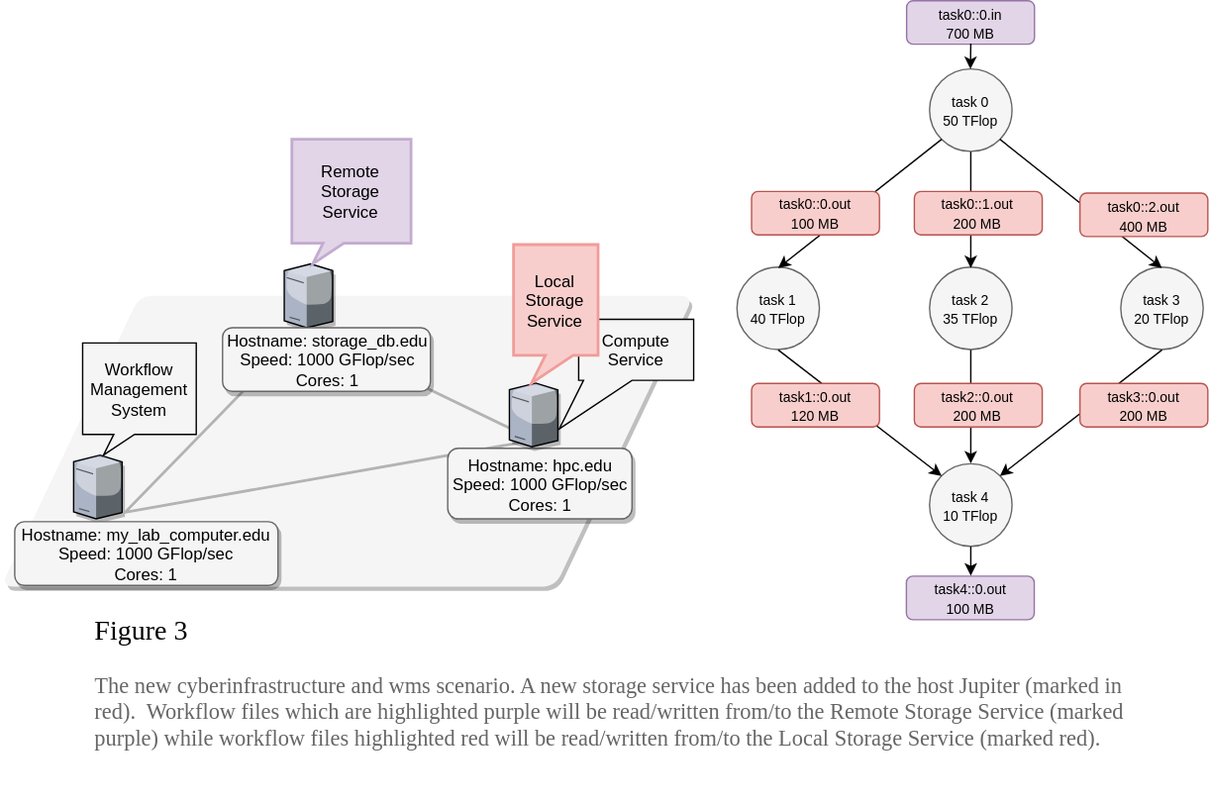
Earlier version of the draw.io export docs/public/img/workflow_execution_data_locality/scenario_2.svg (wrench-project/wrench-pedagogic-modules). Source tidied: cells renumbered, new cells last; positions are measured from the earlier drawing's top-left corner, leaving out a move shared by most shapes.
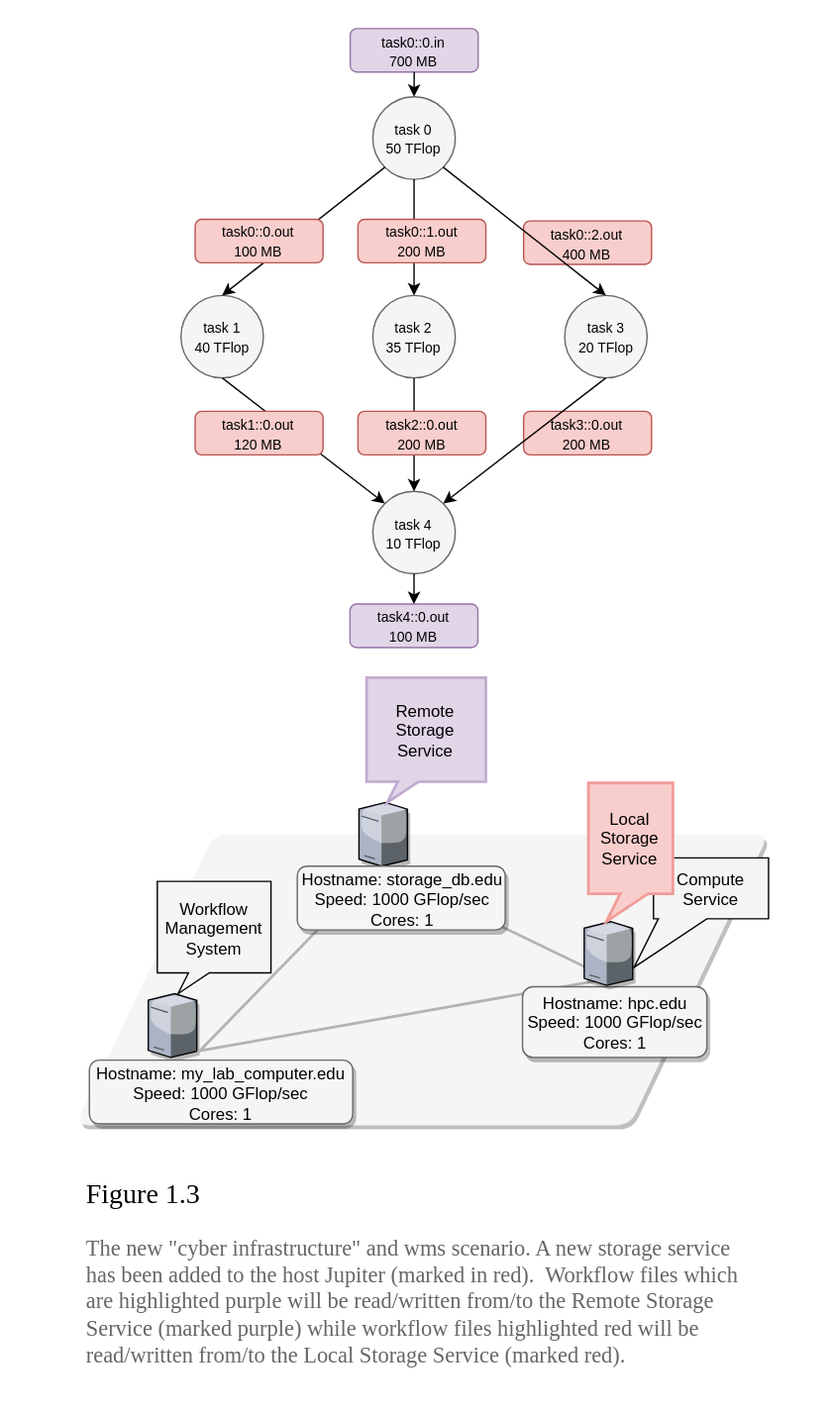
After the commit.

Commit message:
improved svg for data locality by making it vertically stacked

Diff of the diagram source:
```diff
@@ -2,12 +2,15 @@
   <root>
     <mxCell id="0" />
     <mxCell id="1" parent="0" />
+    <mxCell id="41" style="rounded=0;whiteSpace=wrap;html=1;strokeColor=none;fillColor=none;" parent="1" vertex="1">
+      <mxGeometry x="174" y="-70" width="600" height="1000" as="geometry" />
+    </mxCell>
+    <mxCell id="42" style="group;" parent="1" vertex="1">
+      <mxGeometry x="304" y="-50" width="339.5" height="446.8" as="geometry" />
+    </mxCell>
-    <mxCell id="2" style="group;" parent="1" vertex="1">
-      <mxGeometry x="531.5" y="49.3" width="339.5" height="397.5" as="geometry" />
+    <mxCell id="2" style="group;" parent="42" vertex="1">
+      <mxGeometry y="49.3" width="339.5" height="397.5" as="geometry" />
     </mxCell>
-    <mxCell id="3" value="&lt;font style=&quot;font-size: 10px&quot;&gt;task 3&lt;br&gt;20 TFlop&lt;/font&gt;&lt;br&gt;" style="ellipse;whiteSpace=wrap;html=1;fillColor=#f5f5f5;strokeColor=#666666;" parent="2" vertex="1">
-      <mxGeometry x="276.9" y="143.3" width="59.5" height="59.5" as="geometry" />
-    </mxCell>
     <mxCell id="4" style="group;" parent="2" vertex="1">
       <mxGeometry width="220" height="397.5" as="geometry" />
     </mxCell>
@@ -56,68 +59,68 @@
     <mxCell id="19" style="endArrow=classic;html=1;exitX=0.5;exitY=1;entryX=0.5;entryY=0;" parent="5" edge="1" source="8" target="18">
       <mxGeometry relative="1" as="geometry" />
     </mxCell>
+    <mxCell id="43" style="group;" parent="2" vertex="1">
+      <mxGeometry x="247.2" y="89.5" width="92.3" height="168.9" as="geometry" />
+    </mxCell>
+    <mxCell id="3" value="&lt;font style=&quot;font-size: 10px&quot;&gt;task 3&lt;br&gt;20 TFlop&lt;/font&gt;&lt;br&gt;" style="ellipse;whiteSpace=wrap;html=1;fillColor=#f5f5f5;strokeColor=#666666;" parent="43" vertex="1">
+      <mxGeometry x="29.6" y="53.8" width="59.5" height="59.5" as="geometry" />
+    </mxCell>
+    <mxCell id="22" value="&lt;font style=&quot;font-size: 10px&quot;&gt;task0::2.out&lt;br&gt;400 MB&lt;/font&gt;&lt;br&gt;" style="rounded=1;whiteSpace=wrap;html=1;fillColor=#f8cecc;strokeColor=#b85450;" parent="43" vertex="1">
+      <mxGeometry width="92.3" height="31.4" as="geometry" />
+    </mxCell>
+    <mxCell id="23" value="&lt;font style=&quot;font-size: 10px&quot;&gt;task3::0.out&lt;br&gt;200 MB&lt;/font&gt;&lt;br&gt;" style="rounded=1;whiteSpace=wrap;html=1;fillColor=#f8cecc;strokeColor=#b85450;" parent="43" vertex="1">
+      <mxGeometry y="137.4" width="92.3" height="31.4" as="geometry" />
+    </mxCell>
     <mxCell id="20" style="endArrow=classic;html=1;exitX=1;exitY=1;entryX=0.5;entryY=0;" parent="2" edge="1" source="6" target="3">
       <mxGeometry relative="1" as="geometry" />
     </mxCell>
     <mxCell id="21" style="endArrow=classic;html=1;exitX=0.5;exitY=1;entryX=1;entryY=0;" parent="2" edge="1" source="3" target="8">
       <mxGeometry relative="1" as="geometry" />
     </mxCell>
-    <mxCell id="22" value="&lt;font style=&quot;font-size: 10px&quot;&gt;task0::2.out&lt;br&gt;400 MB&lt;/font&gt;&lt;br&gt;" style="rounded=1;whiteSpace=wrap;html=1;fillColor=#f8cecc;strokeColor=#b85450;" parent="2" vertex="1">
-      <mxGeometry x="247.2" y="89.5" width="92.3" height="31.4" as="geometry" />
-    </mxCell>
-    <mxCell id="23" value="&lt;font style=&quot;font-size: 10px&quot;&gt;task3::0.out&lt;br&gt;200 MB&lt;/font&gt;&lt;br&gt;" style="rounded=1;whiteSpace=wrap;html=1;fillColor=#f8cecc;strokeColor=#b85450;" parent="2" vertex="1">
-      <mxGeometry x="247.2" y="227" width="92.3" height="31.4" as="geometry" />
-    </mxCell>
-    <mxCell id="24" value="&lt;font style=&quot;font-size: 10px&quot;&gt;task0::0.in&lt;br&gt;700 MB&lt;/font&gt;&lt;br&gt;" style="rounded=1;whiteSpace=wrap;html=1;fillColor=#e1d5e7;strokeColor=#9673a6;" parent="1" vertex="1">
-      <mxGeometry x="653.7" width="92.3" height="31.4" as="geometry" />
+    <mxCell id="24" value="&lt;font style=&quot;font-size: 10px&quot;&gt;task0::0.in&lt;br&gt;700 MB&lt;/font&gt;&lt;br&gt;" style="rounded=1;whiteSpace=wrap;html=1;fillColor=#e1d5e7;strokeColor=#9673a6;" parent="42" vertex="1">
+      <mxGeometry x="122.1" width="92.3" height="31.4" as="geometry" />
     </mxCell>
-    <mxCell id="25" style="endArrow=classic;html=1;exitX=0.5;exitY=1;" parent="1" edge="1" source="24" target="6">
+    <mxCell id="25" style="endArrow=classic;html=1;exitX=0.5;exitY=1;" parent="42" edge="1" source="24" target="6">
       <mxGeometry relative="1" as="geometry" />
     </mxCell>
-    <mxCell id="26" style="group;" parent="1" vertex="1">
-      <mxGeometry y="100" width="831" height="480" as="geometry" />
-    </mxCell>
-    <mxCell id="27" style="group;" parent="26" vertex="1">
-      <mxGeometry width="831" height="480" as="geometry" />
-    </mxCell>
-    <mxCell id="28" style="shape=parallelogram;perimeter=parallelogramPerimeter;whiteSpace=wrap;html=1;fillColor=#f5f5f5;strokeColor=none;rounded=1;shadow=1;" parent="27" vertex="1">
-      <mxGeometry y="113" width="500" height="210" as="geometry" />
+    <mxCell id="28" style="shape=parallelogram;perimeter=parallelogramPerimeter;whiteSpace=wrap;html=1;fillColor=#f5f5f5;strokeColor=none;rounded=1;shadow=1;" parent="1" vertex="1">
+      <mxGeometry x="228" y="531.5" width="500" height="210" as="geometry" />
     </mxCell>
-    <mxCell id="29" value="&lt;h1&gt;&lt;font style=&quot;font-size: 20px ; font-weight: normal&quot; face=&quot;Garamond&quot;&gt;Figure 1.3&lt;/font&gt;&lt;/h1&gt;&lt;p&gt;&lt;font color=&quot;#666666&quot; face=&quot;Garamond&quot;&gt;&lt;span style=&quot;font-size: 16px&quot;&gt;The new &quot;cyber infrastructure&quot; and wms scenario. A new storage service has been added to the host Jupiter (marked in red).&amp;nbsp; Workflow files which are highlighted purple will be read/written from/to the Remote Storage Service (marked purple) while workflow files highlighted red will be read/written from/to the Local Storage Service (marked red).&lt;/span&gt;&lt;/font&gt;&lt;/p&gt;" style="text;html=1;strokeColor=none;fillColor=none;spacing=5;spacingTop=-20;whiteSpace=wrap;overflow=hidden;rounded=0;" parent="27" vertex="1">
-      <mxGeometry x="63" y="334" width="768" height="126" as="geometry" />
-    </mxCell>
-    <mxCell id="30" value="&lt;div style=&quot;text-align: left&quot;&gt;&lt;br&gt;&lt;/div&gt;" style="verticalLabelPosition=bottom;html=1;verticalAlign=top;strokeColor=none;align=center;shape=mxgraph.citrix.tower_server;shadow=1;" parent="27" vertex="1">
-      <mxGeometry x="52.5" y="228" width="35" height="46" as="geometry" />
+    <mxCell id="30" value="&lt;div style=&quot;text-align: left&quot;&gt;&lt;br&gt;&lt;/div&gt;" style="verticalLabelPosition=bottom;html=1;verticalAlign=top;strokeColor=none;align=center;shape=mxgraph.citrix.tower_server;shadow=1;" parent="1" vertex="1">
+      <mxGeometry x="280.5" y="646.5" width="35" height="46" as="geometry" />
     </mxCell>
-    <mxCell id="31" style="triangle;whiteSpace=wrap;html=1;rotation=-100;fillColor=#f5f5f5;strokeColor=#B3B3B3;shadow=0;strokeWidth=2;" parent="27" vertex="1">
-      <mxGeometry x="174" y="40" width="108" height="300" as="geometry" />
+    <mxCell id="31" style="triangle;whiteSpace=wrap;html=1;rotation=-100;fillColor=#f5f5f5;strokeColor=#B3B3B3;shadow=0;strokeWidth=2;" parent="1" vertex="1">
+      <mxGeometry x="402" y="458.5" width="108" height="300" as="geometry" />
     </mxCell>
-    <mxCell id="32" value="&lt;div style=&quot;text-align: left&quot;&gt;&lt;br&gt;&lt;/div&gt;" style="verticalLabelPosition=bottom;html=1;verticalAlign=top;strokeColor=none;align=center;shape=mxgraph.citrix.tower_server;shadow=1;" parent="27" vertex="1">
-      <mxGeometry x="204.5" y="90" width="35" height="46" as="geometry" />
+    <mxCell id="32" value="&lt;div style=&quot;text-align: left&quot;&gt;&lt;br&gt;&lt;/div&gt;" style="verticalLabelPosition=bottom;html=1;verticalAlign=top;strokeColor=none;align=center;shape=mxgraph.citrix.tower_server;shadow=1;" parent="1" vertex="1">
+      <mxGeometry x="432.5" y="508.5" width="35" height="46" as="geometry" />
     </mxCell>
-    <mxCell id="33" value="&lt;div&gt;&lt;span&gt;Hostname: my_lab_computer.edu&lt;/span&gt;&lt;/div&gt;&lt;div&gt;&lt;span&gt;Speed: 1000 GFlop/sec&lt;/span&gt;&lt;/div&gt;&lt;div&gt;&lt;span&gt;Cores: 1&lt;/span&gt;&lt;/div&gt;" style="rounded=1;whiteSpace=wrap;html=1;fillColor=#f5f5f5;strokeColor=#666666;shadow=1;" parent="27" vertex="1">
-      <mxGeometry x="10" y="276" width="190" height="46" as="geometry" />
+    <mxCell id="33" value="&lt;div&gt;&lt;span&gt;Hostname: my_lab_computer.edu&lt;/span&gt;&lt;/div&gt;&lt;div&gt;&lt;span&gt;Speed: 1000 GFlop/sec&lt;/span&gt;&lt;/div&gt;&lt;div&gt;&lt;span&gt;Cores: 1&lt;/span&gt;&lt;/div&gt;" style="rounded=1;whiteSpace=wrap;html=1;fillColor=#f5f5f5;strokeColor=#666666;shadow=1;" parent="1" vertex="1">
+      <mxGeometry x="238" y="694.5" width="190" height="46" as="geometry" />
     </mxCell>
-    <mxCell id="34" value="&lt;div&gt;&lt;span&gt;Hostname: storage_db.edu&lt;/span&gt;&lt;/div&gt;&lt;div&gt;&lt;span&gt;Speed: 1000 GFlop/sec&lt;/span&gt;&lt;/div&gt;&lt;div&gt;&lt;span&gt;Cores: 1&lt;/span&gt;&lt;/div&gt;" style="rounded=1;whiteSpace=wrap;html=1;fillColor=#f5f5f5;strokeColor=#666666;shadow=1;" parent="27" vertex="1">
-      <mxGeometry x="160" y="136" width="150" height="46" as="geometry" />
+    <mxCell id="34" value="&lt;div&gt;&lt;span&gt;Hostname: storage_db.edu&lt;/span&gt;&lt;/div&gt;&lt;div&gt;&lt;span&gt;Speed: 1000 GFlop/sec&lt;/span&gt;&lt;/div&gt;&lt;div&gt;&lt;span&gt;Cores: 1&lt;/span&gt;&lt;/div&gt;" style="rounded=1;whiteSpace=wrap;html=1;fillColor=#f5f5f5;strokeColor=#666666;shadow=1;" parent="1" vertex="1">
+      <mxGeometry x="388" y="554.5" width="150" height="46" as="geometry" />
     </mxCell>
-    <mxCell id="35" value="&lt;div&gt;&lt;span&gt;Hostname: hpc.edu&lt;/span&gt;&lt;/div&gt;&lt;div&gt;&lt;span&gt;Speed: 1000 GFlop/sec&lt;/span&gt;&lt;/div&gt;&lt;div&gt;&lt;span&gt;Cores: 1&lt;/span&gt;&lt;/div&gt;" style="rounded=1;whiteSpace=wrap;html=1;fillColor=#f5f5f5;strokeColor=#666666;shadow=1;" parent="27" vertex="1">
-      <mxGeometry x="322.5" y="223" width="133" height="51" as="geometry" />
+    <mxCell id="35" value="&lt;div&gt;&lt;span&gt;Hostname: hpc.edu&lt;/span&gt;&lt;/div&gt;&lt;div&gt;&lt;span&gt;Speed: 1000 GFlop/sec&lt;/span&gt;&lt;/div&gt;&lt;div&gt;&lt;span&gt;Cores: 1&lt;/span&gt;&lt;/div&gt;" style="rounded=1;whiteSpace=wrap;html=1;fillColor=#f5f5f5;strokeColor=#666666;shadow=1;" parent="1" vertex="1">
+      <mxGeometry x="550.5" y="641.5" width="133" height="51" as="geometry" />
     </mxCell>
-    <mxCell id="36" value="&lt;div style=&quot;text-align: left&quot;&gt;&lt;br&gt;&lt;/div&gt;" style="verticalLabelPosition=bottom;html=1;verticalAlign=top;strokeColor=none;align=center;shape=mxgraph.citrix.tower_server;shadow=1;" parent="27" vertex="1">
-      <mxGeometry x="367" y="176" width="35" height="46" as="geometry" />
+    <mxCell id="36" value="&lt;div style=&quot;text-align: left&quot;&gt;&lt;br&gt;&lt;/div&gt;" style="verticalLabelPosition=bottom;html=1;verticalAlign=top;strokeColor=none;align=center;shape=mxgraph.citrix.tower_server;shadow=1;" parent="1" vertex="1">
+      <mxGeometry x="595" y="594.5" width="35" height="46" as="geometry" />
     </mxCell>
-    <mxCell id="37" value="Workflow Management System" style="whiteSpace=wrap;html=1;shape=mxgraph.basic.rectCallout;dx=30;dy=15;boundedLbl=1;shadow=0;comic=0;strokeColor=#000000;strokeWidth=1;fillColor=#f5f5f5;" parent="27" vertex="1">
-      <mxGeometry x="59" y="147" width="82" height="81" as="geometry" />
+    <mxCell id="37" value="Workflow Management System" style="whiteSpace=wrap;html=1;shape=mxgraph.basic.rectCallout;dx=30;dy=15;boundedLbl=1;shadow=0;comic=0;strokeColor=#000000;strokeWidth=1;fillColor=#f5f5f5;" parent="1" vertex="1">
+      <mxGeometry x="287" y="565.5" width="82" height="81" as="geometry" />
     </mxCell>
-    <mxCell id="38" value="Remote Storage Service" style="whiteSpace=wrap;html=1;shape=mxgraph.basic.rectCallout;dx=30;dy=15;boundedLbl=1;shadow=0;comic=0;strokeColor=#C3ABD0;strokeWidth=2;fillColor=#e1d5e7;perimeterSpacing=0;" parent="27" vertex="1">
-      <mxGeometry x="210" width="86" height="90" as="geometry" />
+    <mxCell id="38" value="Remote Storage Service" style="whiteSpace=wrap;html=1;shape=mxgraph.basic.rectCallout;dx=30;dy=15;boundedLbl=1;shadow=0;comic=0;strokeColor=#C3ABD0;strokeWidth=2;fillColor=#e1d5e7;perimeterSpacing=0;" parent="1" vertex="1">
+      <mxGeometry x="438" y="418.5" width="86" height="90" as="geometry" />
     </mxCell>
-    <mxCell id="39" value="Compute Service" style="whiteSpace=wrap;html=1;shape=mxgraph.basic.rectCallout;dx=21;dy=35;boundedLbl=1;shadow=0;comic=0;strokeColor=#000000;strokeWidth=1;fillColor=#f5f5f5;" parent="27" vertex="1">
-      <mxGeometry x="417" y="130" width="83" height="79" as="geometry" />
+    <mxCell id="39" value="Compute Service" style="whiteSpace=wrap;html=1;shape=mxgraph.basic.rectCallout;dx=21;dy=35;boundedLbl=1;shadow=0;comic=0;strokeColor=#000000;strokeWidth=1;fillColor=#f5f5f5;" parent="1" vertex="1">
+      <mxGeometry x="645" y="548.5" width="83" height="79" as="geometry" />
     </mxCell>
-    <mxCell id="40" value="Local Storage Service" style="whiteSpace=wrap;html=1;shape=mxgraph.basic.rectCallout;dx=33;dy=20;boundedLbl=1;shadow=0;comic=0;strokeColor=#F19C99;strokeWidth=2;fillColor=#f8cecc;" parent="27" vertex="1">
-      <mxGeometry x="370" y="76" width="61" height="100" as="geometry" />
+    <mxCell id="40" value="Local Storage Service" style="whiteSpace=wrap;html=1;shape=mxgraph.basic.rectCallout;dx=33;dy=20;boundedLbl=1;shadow=0;comic=0;strokeColor=#F19C99;strokeWidth=2;fillColor=#f8cecc;" parent="1" vertex="1">
+      <mxGeometry x="598" y="494.5" width="61" height="100" as="geometry" />
     </mxCell>
+    <mxCell id="29" value="&lt;h1&gt;&lt;font style=&quot;font-size: 20px ; font-weight: normal&quot; face=&quot;Garamond&quot;&gt;Figure 1.3&lt;/font&gt;&lt;/h1&gt;&lt;p&gt;&lt;font color=&quot;#666666&quot; face=&quot;Garamond&quot;&gt;&lt;span style=&quot;font-size: 16px&quot;&gt;The new &quot;cyber infrastructure&quot; and wms scenario. A new storage service has been added to the host Jupiter (marked in red).&amp;nbsp; Workflow files which are highlighted purple will be read/written from/to the Remote Storage Service (marked purple) while workflow files highlighted red will be read/written from/to the Local Storage Service (marked red).&lt;/span&gt;&lt;/font&gt;&lt;/p&gt;" style="text;html=1;strokeColor=none;fillColor=none;spacing=5;spacingTop=-20;whiteSpace=wrap;overflow=hidden;rounded=0;" parent="1" vertex="1">
+      <mxGeometry x="231" y="770" width="500" height="180" as="geometry" />
+    </mxCell>
   </root>
 </mxGraphModel>
```
